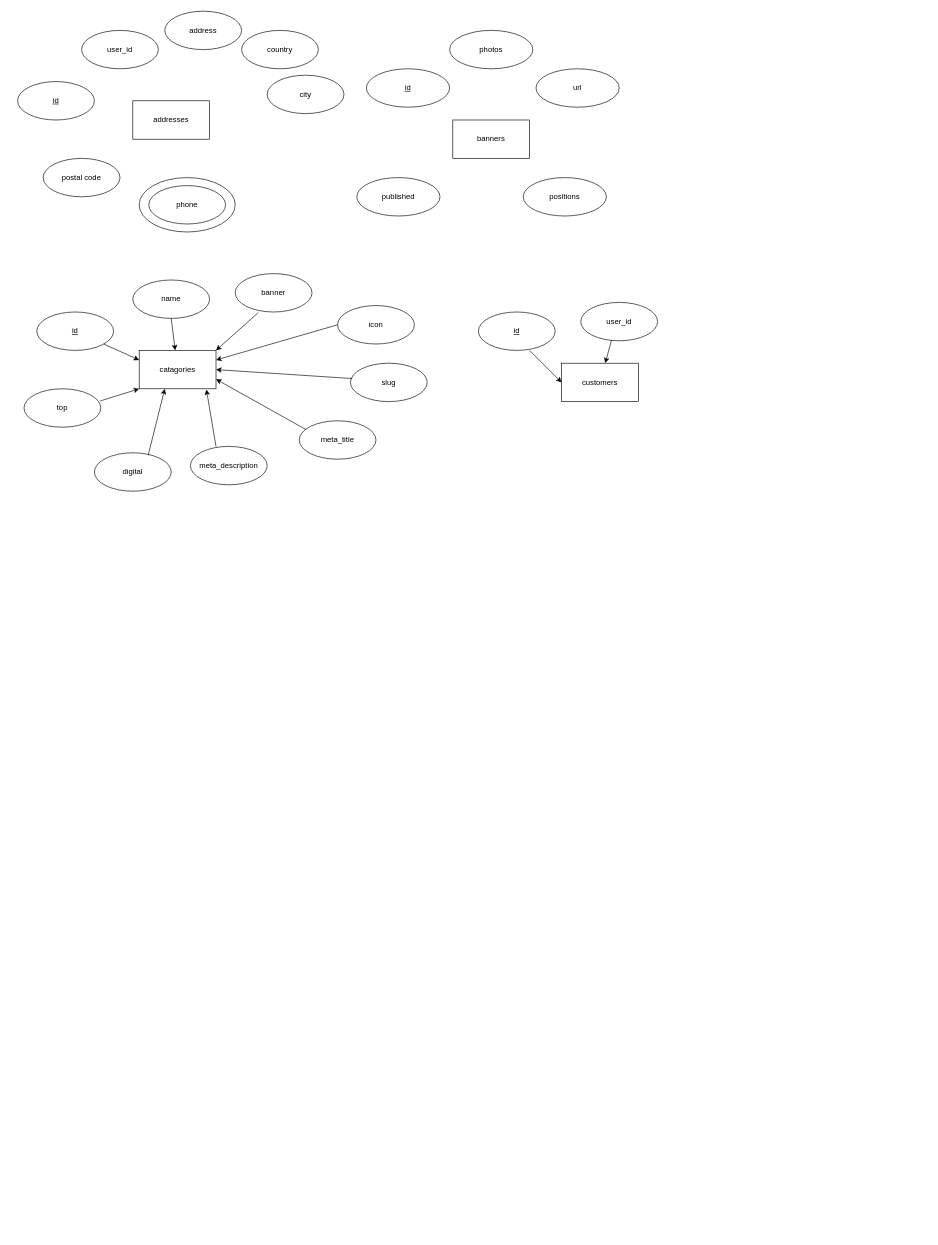
This is Untitled Diagram.drawio from mmoinislam/hello, a draw.io file, before an edit. Source tidied: cells renumbered, new cells numbered last; positions are measured from the earlier drawing's top-left corner, leaving out a move shared by most shapes. Both pictures are drawn from the tidied source at 64%, with x=0, y=0 at pixel (17, 11).
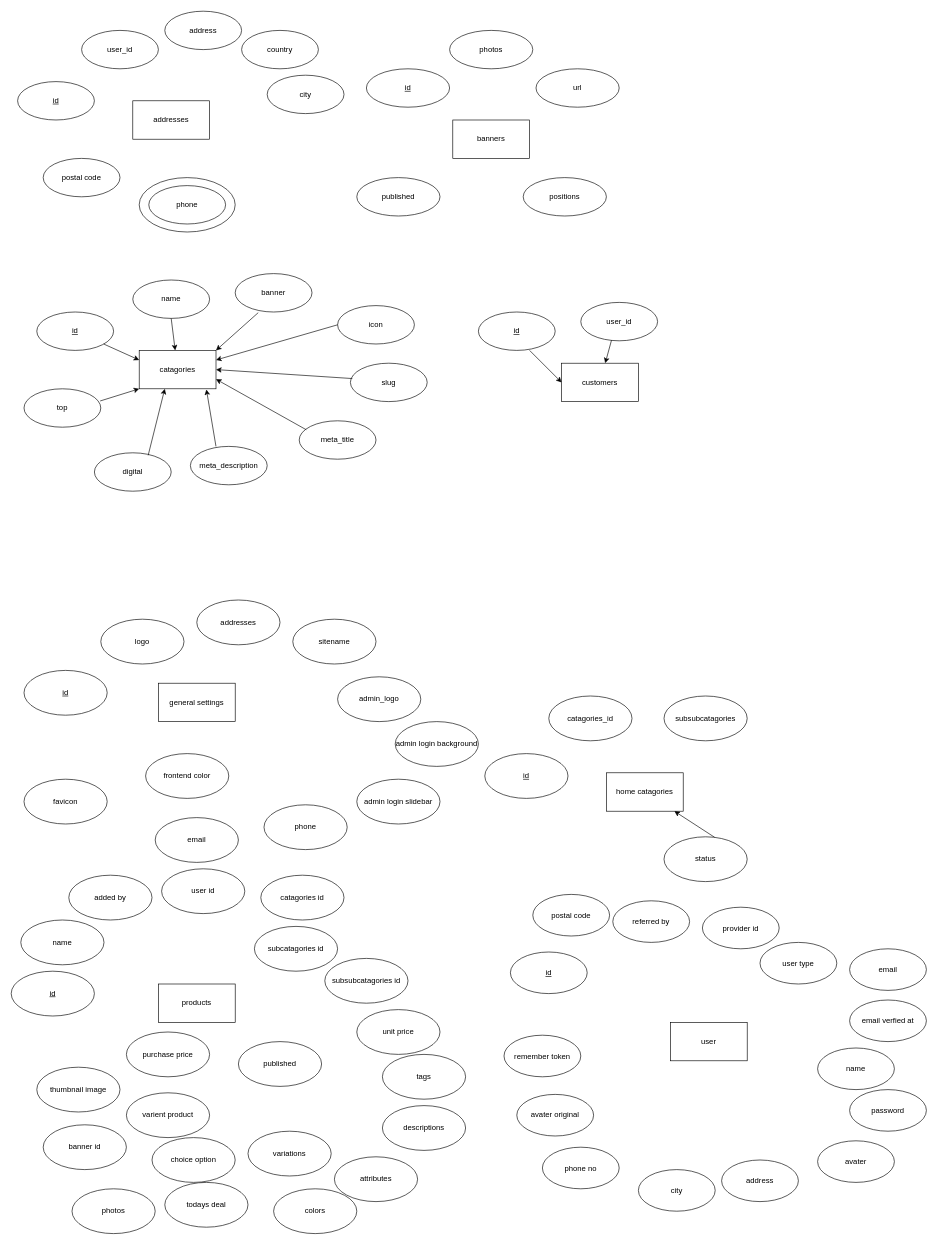
Above is the later version.

Diff of the diagram source:
```diff
@@
+    <mxCell id="42" value="general settings" style="rounded=0;whiteSpace=wrap;html=1;" parent="1" vertex="1">
+      <mxGeometry x="220" y="1050" width="120" height="60" as="geometry" />
+    </mxCell>
+    <mxCell id="43" value="&lt;u&gt;id&lt;/u&gt;" style="ellipse;whiteSpace=wrap;html=1;" parent="1" vertex="1">
+      <mxGeometry x="10" y="1030" width="130" height="70" as="geometry" />
+    </mxCell>
+    <mxCell id="44" value="logo" style="ellipse;whiteSpace=wrap;html=1;" parent="1" vertex="1">
+      <mxGeometry x="130" y="950" width="130" height="70" as="geometry" />
+    </mxCell>
+    <mxCell id="45" value="addresses" style="ellipse;whiteSpace=wrap;html=1;" parent="1" vertex="1">
+      <mxGeometry x="280" y="920" width="130" height="70" as="geometry" />
+    </mxCell>
+    <mxCell id="46" value="sitename" style="ellipse;whiteSpace=wrap;html=1;" parent="1" vertex="1">
+      <mxGeometry x="430" y="950" width="130" height="70" as="geometry" />
+    </mxCell>
+    <mxCell id="47" value="admin login slidebar" style="ellipse;whiteSpace=wrap;html=1;" parent="1" vertex="1">
+      <mxGeometry x="530" y="1200" width="130" height="70" as="geometry" />
+    </mxCell>
+    <mxCell id="48" value="admin_logo" style="ellipse;whiteSpace=wrap;html=1;" parent="1" vertex="1">
+      <mxGeometry x="500" y="1040" width="130" height="70" as="geometry" />
+    </mxCell>
+    <mxCell id="49" value="admin login background" style="ellipse;whiteSpace=wrap;html=1;" parent="1" vertex="1">
+      <mxGeometry x="590" y="1110" width="130" height="70" as="geometry" />
+    </mxCell>
+    <mxCell id="50" value="phone" style="ellipse;whiteSpace=wrap;html=1;" parent="1" vertex="1">
+      <mxGeometry x="385" y="1240" width="130" height="70" as="geometry" />
+    </mxCell>
+    <mxCell id="51" value="email" style="ellipse;whiteSpace=wrap;html=1;" parent="1" vertex="1">
+      <mxGeometry x="215" y="1260" width="130" height="70" as="geometry" />
+    </mxCell>
+    <mxCell id="52" value="favicon" style="ellipse;whiteSpace=wrap;html=1;" parent="1" vertex="1">
+      <mxGeometry x="10" y="1200" width="130" height="70" as="geometry" />
+    </mxCell>
+    <mxCell id="53" value="frontend color" style="ellipse;whiteSpace=wrap;html=1;" parent="1" vertex="1">
+      <mxGeometry x="200" y="1160" width="130" height="70" as="geometry" />
+    </mxCell>
+    <mxCell id="54" value="home catagories" style="rounded=0;whiteSpace=wrap;html=1;" parent="1" vertex="1">
+      <mxGeometry x="920" y="1190" width="120" height="60" as="geometry" />
+    </mxCell>
+    <mxCell id="55" value="&lt;u&gt;id&lt;/u&gt;" style="ellipse;whiteSpace=wrap;html=1;" parent="1" vertex="1">
+      <mxGeometry x="730" y="1160" width="130" height="70" as="geometry" />
+    </mxCell>
+    <mxCell id="56" value="catagories_id" style="ellipse;whiteSpace=wrap;html=1;" parent="1" vertex="1">
+      <mxGeometry x="830" y="1070" width="130" height="70" as="geometry" />
+    </mxCell>
+    <mxCell id="57" value="subsubcatagories" style="ellipse;whiteSpace=wrap;html=1;" parent="1" vertex="1">
+      <mxGeometry x="1010" y="1070" width="130" height="70" as="geometry" />
+    </mxCell>
+    <mxCell id="58" value="status" style="ellipse;whiteSpace=wrap;html=1;" parent="1" vertex="1">
+      <mxGeometry x="1010" y="1290" width="130" height="70" as="geometry" />
+    </mxCell>
+    <mxCell id="59" value="products" style="rounded=0;whiteSpace=wrap;html=1;" parent="1" vertex="1">
+      <mxGeometry x="220" y="1520" width="120" height="60" as="geometry" />
+    </mxCell>
+    <mxCell id="60" value="&lt;u&gt;id&lt;/u&gt;" style="ellipse;whiteSpace=wrap;html=1;" parent="1" vertex="1">
+      <mxGeometry x="-10" y="1500" width="130" height="70" as="geometry" />
+    </mxCell>
+    <mxCell id="61" value="name" style="ellipse;whiteSpace=wrap;html=1;" parent="1" vertex="1">
+      <mxGeometry x="5" y="1420" width="130" height="70" as="geometry" />
+    </mxCell>
+    <mxCell id="62" value="added by" style="ellipse;whiteSpace=wrap;html=1;" parent="1" vertex="1">
+      <mxGeometry x="80" y="1350" width="130" height="70" as="geometry" />
+    </mxCell>
+    <mxCell id="63" value="user id" style="ellipse;whiteSpace=wrap;html=1;" parent="1" vertex="1">
+      <mxGeometry x="225" y="1340" width="130" height="70" as="geometry" />
+    </mxCell>
+    <mxCell id="64" value="catagories id" style="ellipse;whiteSpace=wrap;html=1;" parent="1" vertex="1">
+      <mxGeometry x="380" y="1350" width="130" height="70" as="geometry" />
+    </mxCell>
+    <mxCell id="65" value="subcatagories id" style="ellipse;whiteSpace=wrap;html=1;" parent="1" vertex="1">
+      <mxGeometry x="370" y="1430" width="130" height="70" as="geometry" />
+    </mxCell>
+    <mxCell id="66" value="subsubcatagories id" style="ellipse;whiteSpace=wrap;html=1;" parent="1" vertex="1">
+      <mxGeometry x="480" y="1480" width="130" height="70" as="geometry" />
+    </mxCell>
+    <mxCell id="67" value="unit price" style="ellipse;whiteSpace=wrap;html=1;" parent="1" vertex="1">
+      <mxGeometry x="530" y="1560" width="130" height="70" as="geometry" />
+    </mxCell>
+    <mxCell id="68" value="attributes" style="ellipse;whiteSpace=wrap;html=1;" parent="1" vertex="1">
+      <mxGeometry x="495" y="1790" width="130" height="70" as="geometry" />
+    </mxCell>
+    <mxCell id="69" value="colors" style="ellipse;whiteSpace=wrap;html=1;" parent="1" vertex="1">
+      <mxGeometry x="400" y="1840" width="130" height="70" as="geometry" />
+    </mxCell>
+    <mxCell id="70" value="todays deal" style="ellipse;whiteSpace=wrap;html=1;" parent="1" vertex="1">
+      <mxGeometry x="230" y="1830" width="130" height="70" as="geometry" />
+    </mxCell>
+    <mxCell id="71" value="photos" style="ellipse;whiteSpace=wrap;html=1;" parent="1" vertex="1">
+      <mxGeometry x="85" y="1840" width="130" height="70" as="geometry" />
+    </mxCell>
+    <mxCell id="72" value="variations" style="ellipse;whiteSpace=wrap;html=1;" parent="1" vertex="1">
+      <mxGeometry x="360" y="1750" width="130" height="70" as="geometry" />
+    </mxCell>
+    <mxCell id="73" value="choice option" style="ellipse;whiteSpace=wrap;html=1;" parent="1" vertex="1">
+      <mxGeometry x="210" y="1760" width="130" height="70" as="geometry" />
+    </mxCell>
+    <mxCell id="74" value="published" style="ellipse;whiteSpace=wrap;html=1;" parent="1" vertex="1">
+      <mxGeometry x="345" y="1610" width="130" height="70" as="geometry" />
+    </mxCell>
+    <mxCell id="75" value="varient product" style="ellipse;whiteSpace=wrap;html=1;" parent="1" vertex="1">
+      <mxGeometry x="170" y="1690" width="130" height="70" as="geometry" />
+    </mxCell>
+    <mxCell id="76" value="banner id" style="ellipse;whiteSpace=wrap;html=1;" parent="1" vertex="1">
+      <mxGeometry x="40" y="1740" width="130" height="70" as="geometry" />
+    </mxCell>
+    <mxCell id="77" value="thumbnail image" style="ellipse;whiteSpace=wrap;html=1;" parent="1" vertex="1">
+      <mxGeometry x="30" y="1650" width="130" height="70" as="geometry" />
+    </mxCell>
+    <mxCell id="78" value="purchase price " style="ellipse;whiteSpace=wrap;html=1;" parent="1" vertex="1">
+      <mxGeometry x="170" y="1595" width="130" height="70" as="geometry" />
+    </mxCell>
+    <mxCell id="79" value="descriptions" style="ellipse;whiteSpace=wrap;html=1;" parent="1" vertex="1">
+      <mxGeometry x="570" y="1710" width="130" height="70" as="geometry" />
+    </mxCell>
+    <mxCell id="80" value="tags" style="ellipse;whiteSpace=wrap;html=1;" parent="1" vertex="1">
+      <mxGeometry x="570" y="1630" width="130" height="70" as="geometry" />
+    </mxCell>
+    <mxCell id="81" value="user" style="rounded=0;whiteSpace=wrap;html=1;" parent="1" vertex="1">
+      <mxGeometry x="1020" y="1580" width="120" height="60" as="geometry" />
+    </mxCell>
+    <mxCell id="82" value="&lt;u&gt;id&lt;/u&gt;" style="ellipse;whiteSpace=wrap;html=1;" parent="1" vertex="1">
+      <mxGeometry x="770" y="1470" width="120" height="65" as="geometry" />
+    </mxCell>
+    <mxCell id="83" value="postal code " style="ellipse;whiteSpace=wrap;html=1;" parent="1" vertex="1">
+      <mxGeometry x="805" y="1380" width="120" height="65" as="geometry" />
+    </mxCell>
+    <mxCell id="84" value="referred by" style="ellipse;whiteSpace=wrap;html=1;" parent="1" vertex="1">
+      <mxGeometry x="930" y="1390" width="120" height="65" as="geometry" />
+    </mxCell>
+    <mxCell id="85" value="provider id" style="ellipse;whiteSpace=wrap;html=1;" parent="1" vertex="1">
+      <mxGeometry x="1070" y="1400" width="120" height="65" as="geometry" />
+    </mxCell>
+    <mxCell id="86" value="user type" style="ellipse;whiteSpace=wrap;html=1;" parent="1" vertex="1">
+      <mxGeometry x="1160" y="1455" width="120" height="65" as="geometry" />
+    </mxCell>
+    <mxCell id="87" value="name" style="ellipse;whiteSpace=wrap;html=1;" parent="1" vertex="1">
+      <mxGeometry x="1250" y="1620" width="120" height="65" as="geometry" />
+    </mxCell>
+    <mxCell id="88" value="avater" style="ellipse;whiteSpace=wrap;html=1;" parent="1" vertex="1">
+      <mxGeometry x="1250" y="1765" width="120" height="65" as="geometry" />
+    </mxCell>
+    <mxCell id="89" value="address" style="ellipse;whiteSpace=wrap;html=1;" parent="1" vertex="1">
+      <mxGeometry x="1100" y="1795" width="120" height="65" as="geometry" />
+    </mxCell>
+    <mxCell id="90" value="city" style="ellipse;whiteSpace=wrap;html=1;" parent="1" vertex="1">
+      <mxGeometry x="970" y="1810" width="120" height="65" as="geometry" />
+    </mxCell>
+    <mxCell id="91" value="remember token" style="ellipse;whiteSpace=wrap;html=1;" parent="1" vertex="1">
+      <mxGeometry x="760" y="1600" width="120" height="65" as="geometry" />
+    </mxCell>
+    <mxCell id="92" value="phone no" style="ellipse;whiteSpace=wrap;html=1;" parent="1" vertex="1">
+      <mxGeometry x="820" y="1775" width="120" height="65" as="geometry" />
+    </mxCell>
+    <mxCell id="93" value="avater original" style="ellipse;whiteSpace=wrap;html=1;" parent="1" vertex="1">
+      <mxGeometry x="780" y="1692.5" width="120" height="65" as="geometry" />
+    </mxCell>
+    <mxCell id="94" value="email verfied at" style="ellipse;whiteSpace=wrap;html=1;" parent="1" vertex="1">
+      <mxGeometry x="1300" y="1545" width="120" height="65" as="geometry" />
+    </mxCell>
+    <mxCell id="95" value="email" style="ellipse;whiteSpace=wrap;html=1;" parent="1" vertex="1">
+      <mxGeometry x="1300" y="1465" width="120" height="65" as="geometry" />
+    </mxCell>
+    <mxCell id="96" value="password" style="ellipse;whiteSpace=wrap;html=1;" parent="1" vertex="1">
+      <mxGeometry x="1300" y="1685" width="120" height="65" as="geometry" />
+    </mxCell>
+    <mxCell id="97" style="endArrow=classic;html=1;exitX=0.608;exitY=0.011;exitDx=0;exitDy=0;exitPerimeter=0;" parent="1" edge="1" source="58" target="54">
+      <mxGeometry relative="1" as="geometry" />
+    </mxCell>
```
